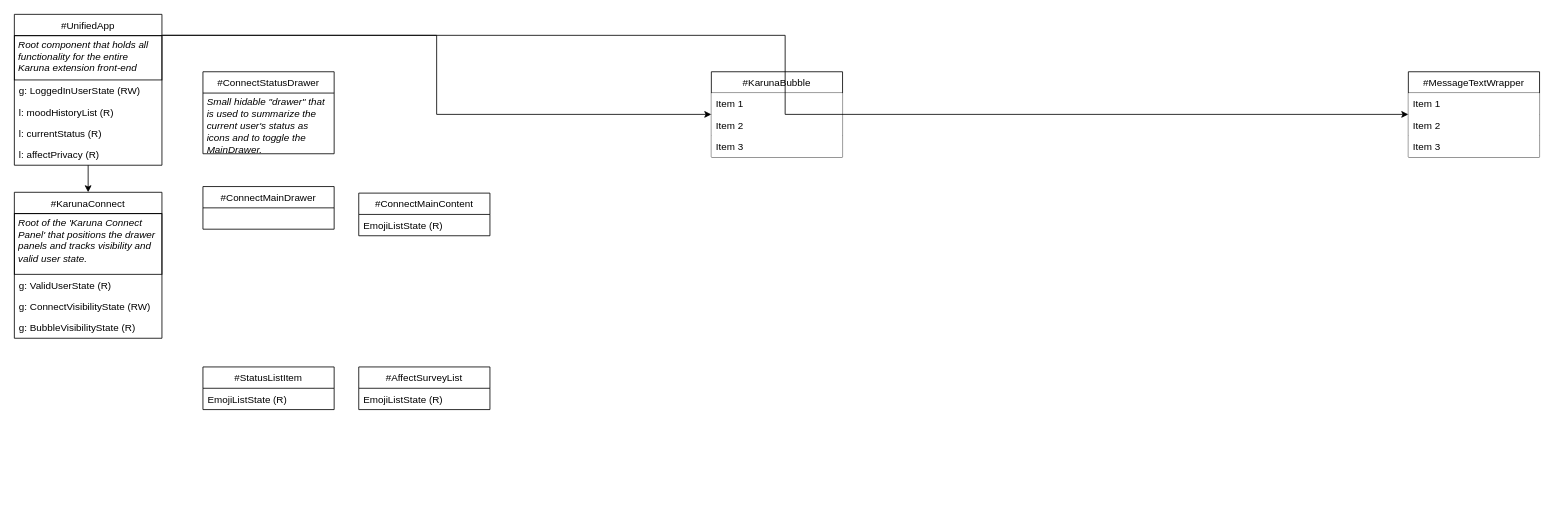
This is EngineeringDiagrams/FrontEndComponents.drawio from UWStout/eec-common, a draw.io file, before an edit. Source tidied: cells renumbered, new cells numbered last; positions are measured from the earlier drawing's top-left corner, leaving out a move shared by most shapes. Both pictures are drawn from the tidied source at 82%, with x=0, y=0 at pixel (14, 14).
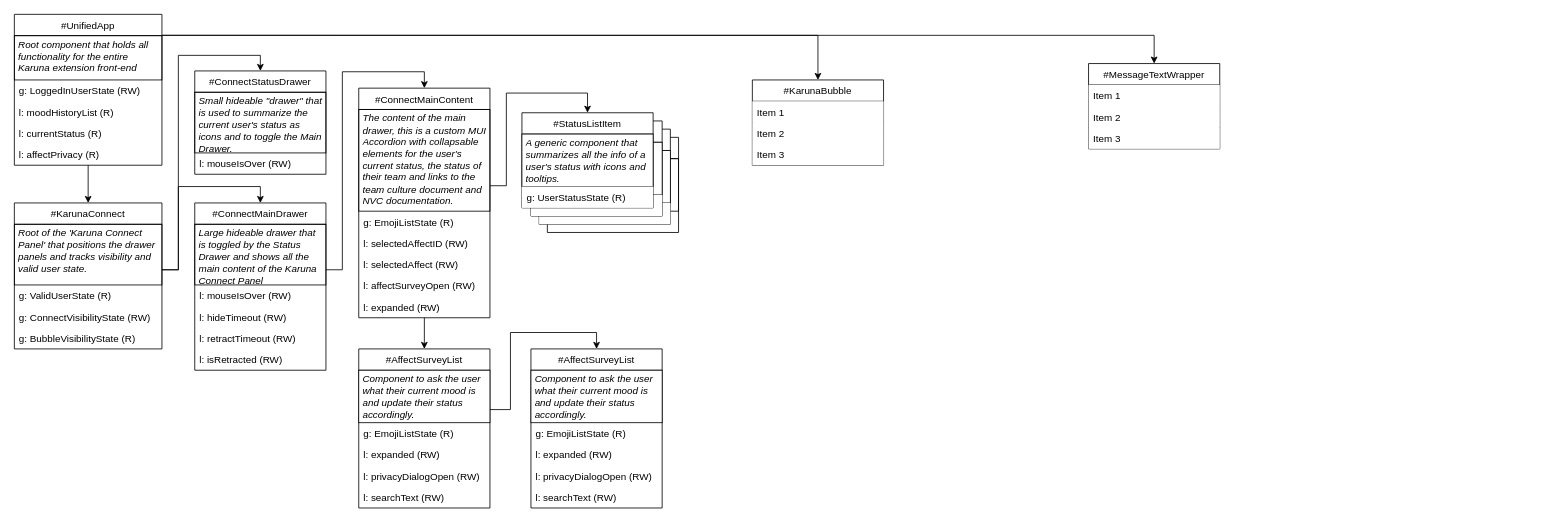
After the change.

Unchanged cells that the change refers to:
```xml
<mxCell id="3" value="#UnifiedApp" style="swimlane;fontStyle=0;horizontal=1;startSize=26;strokeWidth=1;" parent="1" vertex="1">
  <mxGeometry width="180" height="184" as="geometry" />
</mxCell>
<mxCell id="18" value="&lt;br&gt;Root of the 'Karuna Connect Panel' that positions the drawer panels and tracks visibility and valid user state." style="text;html=1;spacing=5;spacingTop=-20;whiteSpace=wrap;overflow=hidden;rounded=0;strokeColor=#000000;fontStyle=2;" parent="17" vertex="1">
  <mxGeometry y="26" width="180" height="74" as="geometry" />
</mxCell>
```

Diff of the diagram source:
```diff
@@
+    <mxCell id="33" style="group;" parent="1" vertex="1">
+      <mxGeometry x="630" y="130" width="180" height="136" as="geometry" />
+    </mxCell>
+    <mxCell id="34" style="swimlane;fontStyle=0;horizontal=1;startSize=26;" parent="33" vertex="1">
+      <mxGeometry x="20" y="20" width="160" height="116" as="geometry" />
+    </mxCell>
+    <mxCell id="35" style="text;html=1;fillColor=none;spacing=5;spacingTop=-20;whiteSpace=wrap;overflow=hidden;rounded=0;fontStyle=2;strokeColor=#000000;" parent="34" vertex="1">
+      <mxGeometry y="26" width="160" height="64" as="geometry" />
+    </mxCell>
+    <mxCell id="36" value=" " style="text;strokeColor=none;fillColor=none;align=left;verticalAlign=top;spacingLeft=4;spacingRight=4;overflow=hidden;" parent="34" vertex="1">
+      <mxGeometry y="90" width="160" height="26" as="geometry" />
+    </mxCell>
+    <mxCell id="37" style="swimlane;fontStyle=0;horizontal=1;startSize=26;" parent="33" vertex="1">
+      <mxGeometry x="10" y="10" width="160" height="116" as="geometry" />
+    </mxCell>
+    <mxCell id="38" style="text;html=1;spacing=5;spacingTop=-20;whiteSpace=wrap;overflow=hidden;rounded=0;fontStyle=2;strokeColor=#000000;fillColor=#ffffff;" parent="37" vertex="1">
+      <mxGeometry y="26" width="160" height="64" as="geometry" />
+    </mxCell>
+    <mxCell id="39" value=" " style="text;strokeColor=none;align=left;verticalAlign=top;spacingLeft=4;spacingRight=4;overflow=hidden;fillColor=#ffffff;" parent="37" vertex="1">
+      <mxGeometry y="90" width="160" height="26" as="geometry" />
+    </mxCell>
+    <mxCell id="40" style="swimlane;fontStyle=0;horizontal=1;startSize=26;" parent="33" vertex="1">
+      <mxGeometry width="160" height="116" as="geometry" />
+    </mxCell>
+    <mxCell id="41" style="text;html=1;spacing=5;spacingTop=-20;whiteSpace=wrap;overflow=hidden;rounded=0;fontStyle=2;strokeColor=#000000;fillColor=#ffffff;" parent="40" vertex="1">
+      <mxGeometry y="26" width="160" height="64" as="geometry" />
+    </mxCell>
+    <mxCell id="42" value=" " style="text;strokeColor=none;align=left;verticalAlign=top;spacingLeft=4;spacingRight=4;overflow=hidden;fillColor=#ffffff;" parent="40" vertex="1">
+      <mxGeometry y="90" width="160" height="26" as="geometry" />
+    </mxCell>
@@
     <mxCell id="9" value="#MessageTextWrapper" style="swimlane;fontStyle=0;horizontal=1;startSize=26;" parent="1" vertex="1">
-      <mxGeometry x="1700" y="70" width="160" height="104" as="geometry" />
+      <mxGeometry x="1310" y="60" width="160" height="104" as="geometry" />
     </mxCell>
@@
     <mxCell id="13" value="#KarunaBubble" style="swimlane;fontStyle=0;horizontal=1;startSize=26;" parent="1" vertex="1">
-      <mxGeometry x="850" y="70" width="160" height="104" as="geometry" />
+      <mxGeometry x="900" y="80" width="160" height="104" as="geometry" />
     </mxCell>
@@
     <mxCell id="17" value="#KarunaConnect" style="swimlane;fontStyle=0;horizontal=1;startSize=26;" parent="1" vertex="1">
-      <mxGeometry y="217" width="180" height="178" as="geometry" />
+      <mxGeometry y="230" width="180" height="178" as="geometry" />
     </mxCell>
@@
-    <mxCell id="22" style="edgeStyle=orthogonalEdgeStyle;rounded=0;jettySize=auto;html=1;exitX=1.003;exitY=0.139;exitDx=0;exitDy=0;exitPerimeter=0;" parent="1" edge="1" source="3" target="9">
+    <mxCell id="22" style="edgeStyle=orthogonalEdgeStyle;rounded=0;jettySize=auto;html=1;exitX=1.003;exitY=0.139;exitDx=0;exitDy=0;exitPerimeter=0;entryX=0.5;entryY=0;entryDx=0;entryDy=0;" parent="1" edge="1" source="3" target="9">
       <mxGeometry relative="1" as="geometry" />
     </mxCell>
-    <mxCell id="23" style="edgeStyle=orthogonalEdgeStyle;rounded=0;jettySize=auto;html=1;exitX=0.998;exitY=0.139;exitDx=0;exitDy=0;exitPerimeter=0;" parent="1" edge="1" source="3" target="13">
+    <mxCell id="23" style="edgeStyle=orthogonalEdgeStyle;rounded=0;jettySize=auto;html=1;exitX=0.998;exitY=0.139;exitDx=0;exitDy=0;exitPerimeter=0;entryX=0.5;entryY=0;entryDx=0;entryDy=0;" parent="1" edge="1" source="3" target="13">
       <mxGeometry relative="1" as="geometry" />
     </mxCell>
     <mxCell id="24" value="#ConnectStatusDrawer" style="swimlane;fontStyle=0;horizontal=1;startSize=26;" parent="1" vertex="1">
-      <mxGeometry x="230" y="70" width="160" height="100" as="geometry" />
+      <mxGeometry x="220" y="69" width="160" height="126" as="geometry" />
     </mxCell>
-    <mxCell id="25" value="&lt;br&gt;Small hidable &quot;drawer&quot; that is used to summarize the current user's status as icons and to toggle the MainDrawer." style="text;html=1;strokeColor=none;fillColor=none;spacing=5;spacingTop=-20;whiteSpace=wrap;overflow=hidden;rounded=0;fontStyle=2;" parent="24" vertex="1">
+    <mxCell id="25" value="&lt;br&gt;Small hideable &quot;drawer&quot; that is used to summarize the current user's status as icons and to toggle the Main Drawer." style="text;html=1;fillColor=none;spacing=5;spacingTop=-20;whiteSpace=wrap;overflow=hidden;rounded=0;fontStyle=2;strokeColor=#000000;" parent="24" vertex="1">
       <mxGeometry y="26" width="160" height="74" as="geometry" />
     </mxCell>
+    <mxCell id="43" value="l: mouseIsOver (RW)" style="text;strokeColor=none;fillColor=none;align=left;verticalAlign=top;spacingLeft=4;spacingRight=4;overflow=hidden;" parent="24" vertex="1">
+      <mxGeometry y="100" width="160" height="26" as="geometry" />
+    </mxCell>
+    <mxCell id="44" style="edgeStyle=orthogonalEdgeStyle;rounded=0;jettySize=auto;html=1;exitX=1;exitY=0.75;exitDx=0;exitDy=0;entryX=0.5;entryY=0;entryDx=0;entryDy=0;" parent="1" edge="1" source="45" target="27">
+      <mxGeometry relative="1" as="geometry">
+        <Array as="points">
+          <mxPoint x="400" y="312" />
+          <mxPoint x="400" y="70" />
+          <mxPoint x="500" y="70" />
+        </Array>
+      </mxGeometry>
+    </mxCell>
     <mxCell id="26" value="#ConnectMainDrawer" style="swimlane;fontStyle=0;horizontal=1;startSize=26;" parent="1" vertex="1">
-      <mxGeometry x="230" y="210" width="160" height="52" as="geometry" />
+      <mxGeometry x="220" y="230" width="160" height="204" as="geometry" />
     </mxCell>
+    <mxCell id="45" value="&lt;br&gt;Large hideable drawer that is toggled by the Status Drawer and shows all the main content of the Karuna Connect Panel" style="text;html=1;fillColor=none;spacing=5;spacingTop=-20;whiteSpace=wrap;overflow=hidden;rounded=0;fontStyle=2;strokeColor=#000000;" parent="26" vertex="1">
+      <mxGeometry y="26" width="160" height="74" as="geometry" />
+    </mxCell>
+    <mxCell id="46" value="l: mouseIsOver (RW)" style="text;strokeColor=none;fillColor=none;align=left;verticalAlign=top;spacingLeft=4;spacingRight=4;overflow=hidden;" parent="26" vertex="1">
+      <mxGeometry y="100" width="160" height="26" as="geometry" />
+    </mxCell>
+    <mxCell id="47" value="l: hideTimeout (RW)" style="text;strokeColor=none;fillColor=none;align=left;verticalAlign=top;spacingLeft=4;spacingRight=4;overflow=hidden;" parent="26" vertex="1">
+      <mxGeometry y="126" width="160" height="26" as="geometry" />
+    </mxCell>
+    <mxCell id="48" value="l: retractTimeout (RW)" style="text;strokeColor=none;fillColor=none;align=left;verticalAlign=top;spacingLeft=4;spacingRight=4;overflow=hidden;" parent="26" vertex="1">
+      <mxGeometry y="152" width="160" height="26" as="geometry" />
+    </mxCell>
+    <mxCell id="49" value="l: isRetracted (RW)" style="text;strokeColor=none;fillColor=none;align=left;verticalAlign=top;spacingLeft=4;spacingRight=4;overflow=hidden;" parent="26" vertex="1">
+      <mxGeometry y="178" width="160" height="26" as="geometry" />
+    </mxCell>
+    <mxCell id="50" style="edgeStyle=orthogonalEdgeStyle;rounded=0;jettySize=auto;html=1;exitX=0.5;exitY=1;exitDx=0;exitDy=0;entryX=0.5;entryY=0;entryDx=0;entryDy=0;" parent="1" edge="1" source="27" target="31">
+      <mxGeometry relative="1" as="geometry" />
+    </mxCell>
     <mxCell id="27" value="#ConnectMainContent" style="swimlane;fontStyle=0;horizontal=1;startSize=26;" parent="1" vertex="1">
-      <mxGeometry x="420" y="218" width="160" height="52" as="geometry" />
+      <mxGeometry x="420" y="90" width="160" height="280" as="geometry" />
     </mxCell>
+    <mxCell id="51" value="&lt;br&gt;The content of the main drawer, this is a custom MUI Accordion with collapsable elements for the user's current status, the status of their team and links to the team culture document and NVC documentation." style="text;html=1;fillColor=none;spacing=5;spacingTop=-20;whiteSpace=wrap;overflow=hidden;rounded=0;fontStyle=2;strokeColor=#000000;" parent="27" vertex="1">
+      <mxGeometry y="26" width="160" height="124" as="geometry" />
+    </mxCell>
-    <mxCell id="28" value="EmojiListState (R)" style="text;strokeColor=none;fillColor=none;align=left;verticalAlign=top;spacingLeft=4;spacingRight=4;overflow=hidden;" parent="27" vertex="1">
-      <mxGeometry y="26" width="160" height="26" as="geometry" />
+    <mxCell id="28" value="g: EmojiListState (R)" style="text;strokeColor=none;fillColor=none;align=left;verticalAlign=top;spacingLeft=4;spacingRight=4;overflow=hidden;" parent="27" vertex="1">
+      <mxGeometry y="150" width="160" height="26" as="geometry" />
     </mxCell>
+    <mxCell id="52" value="l: selectedAffectID (RW)" style="text;strokeColor=none;fillColor=none;align=left;verticalAlign=top;spacingLeft=4;spacingRight=4;overflow=hidden;" parent="27" vertex="1">
+      <mxGeometry y="176" width="160" height="26" as="geometry" />
+    </mxCell>
+    <mxCell id="53" value="l: selectedAffect (RW)" style="text;strokeColor=none;fillColor=none;align=left;verticalAlign=top;spacingLeft=4;spacingRight=4;overflow=hidden;" parent="27" vertex="1">
+      <mxGeometry y="202" width="160" height="26" as="geometry" />
+    </mxCell>
+    <mxCell id="54" value="l: affectSurveyOpen (RW)" style="text;strokeColor=none;fillColor=none;align=left;verticalAlign=top;spacingLeft=4;spacingRight=4;overflow=hidden;" parent="27" vertex="1">
+      <mxGeometry y="228" width="160" height="26" as="geometry" />
+    </mxCell>
+    <mxCell id="55" value="l: expanded (RW)" style="text;strokeColor=none;fillColor=none;align=left;verticalAlign=top;spacingLeft=4;spacingRight=4;overflow=hidden;" parent="27" vertex="1">
+      <mxGeometry y="254" width="160" height="26" as="geometry" />
+    </mxCell>
     <mxCell id="29" value="#StatusListItem" style="swimlane;fontStyle=0;horizontal=1;startSize=26;" parent="1" vertex="1">
-      <mxGeometry x="230" y="430" width="160" height="52" as="geometry" />
+      <mxGeometry x="619" y="120" width="160" height="116" as="geometry" />
     </mxCell>
+    <mxCell id="56" value="&lt;br&gt;A generic component that summarizes all the info of a user's status with icons and tooltips." style="text;html=1;spacing=5;spacingTop=-20;whiteSpace=wrap;overflow=hidden;rounded=0;fontStyle=2;strokeColor=#000000;fillColor=#ffffff;" parent="29" vertex="1">
+      <mxGeometry y="26" width="160" height="64" as="geometry" />
+    </mxCell>
-    <mxCell id="30" value="EmojiListState (R)" style="text;strokeColor=none;fillColor=none;align=left;verticalAlign=top;spacingLeft=4;spacingRight=4;overflow=hidden;" parent="29" vertex="1">
-      <mxGeometry y="26" width="160" height="26" as="geometry" />
+    <mxCell id="30" value="g: UserStatusState (R)" style="text;strokeColor=none;align=left;verticalAlign=top;spacingLeft=4;spacingRight=4;overflow=hidden;fillColor=#ffffff;" parent="29" vertex="1">
+      <mxGeometry y="90" width="160" height="26" as="geometry" />
     </mxCell>
     <mxCell id="31" value="#AffectSurveyList" style="swimlane;fontStyle=0;horizontal=1;startSize=26;" parent="1" vertex="1">
-      <mxGeometry x="420" y="430" width="160" height="52" as="geometry" />
+      <mxGeometry x="420" y="408" width="160" height="194" as="geometry" />
     </mxCell>
+    <mxCell id="57" value="&lt;br&gt;Component to ask the user what their current mood is and update their status accordingly.&amp;nbsp;" style="text;html=1;spacing=5;spacingTop=-20;whiteSpace=wrap;overflow=hidden;rounded=0;fontStyle=2;strokeColor=#000000;fillColor=#ffffff;" parent="31" vertex="1">
+      <mxGeometry y="26" width="160" height="64" as="geometry" />
+    </mxCell>
-    <mxCell id="32" value="EmojiListState (R)" style="text;strokeColor=none;fillColor=none;align=left;verticalAlign=top;spacingLeft=4;spacingRight=4;overflow=hidden;" parent="31" vertex="1">
-      <mxGeometry y="26" width="160" height="26" as="geometry" />
+    <mxCell id="32" value="g: EmojiListState (R)" style="text;strokeColor=none;fillColor=none;align=left;verticalAlign=top;spacingLeft=4;spacingRight=4;overflow=hidden;" parent="31" vertex="1">
+      <mxGeometry y="90" width="160" height="26" as="geometry" />
     </mxCell>
+    <mxCell id="58" value="l: expanded (RW)" style="text;strokeColor=none;fillColor=none;align=left;verticalAlign=top;spacingLeft=4;spacingRight=4;overflow=hidden;" parent="31" vertex="1">
+      <mxGeometry y="116" width="160" height="26" as="geometry" />
+    </mxCell>
+    <mxCell id="59" value="l: privacyDialogOpen (RW)" style="text;strokeColor=none;fillColor=none;align=left;verticalAlign=top;spacingLeft=4;spacingRight=4;overflow=hidden;" parent="31" vertex="1">
+      <mxGeometry y="142" width="160" height="26" as="geometry" />
+    </mxCell>
+    <mxCell id="60" value="l: searchText (RW)" style="text;strokeColor=none;fillColor=none;align=left;verticalAlign=top;spacingLeft=4;spacingRight=4;overflow=hidden;" parent="31" vertex="1">
+      <mxGeometry y="168" width="160" height="26" as="geometry" />
+    </mxCell>
+    <mxCell id="61" style="edgeStyle=orthogonalEdgeStyle;rounded=0;jettySize=auto;html=1;exitX=1;exitY=0.75;exitDx=0;exitDy=0;entryX=0.5;entryY=0;entryDx=0;entryDy=0;" parent="1" edge="1" source="18" target="24">
+      <mxGeometry relative="1" as="geometry">
+        <Array as="points">
+          <mxPoint x="200" y="312" />
+          <mxPoint x="200" y="50" />
+          <mxPoint x="300" y="50" />
+        </Array>
+      </mxGeometry>
+    </mxCell>
+    <mxCell id="62" style="edgeStyle=orthogonalEdgeStyle;rounded=0;jettySize=auto;html=1;exitX=1;exitY=0.75;exitDx=0;exitDy=0;entryX=0.5;entryY=0;entryDx=0;entryDy=0;" parent="1" edge="1" source="18" target="26">
+      <mxGeometry relative="1" as="geometry">
+        <Array as="points">
+          <mxPoint x="200" y="312" />
+          <mxPoint x="200" y="210" />
+          <mxPoint x="300" y="210" />
+        </Array>
+      </mxGeometry>
+    </mxCell>
+    <mxCell id="63" style="edgeStyle=orthogonalEdgeStyle;rounded=0;jettySize=auto;html=1;exitX=1;exitY=0.75;exitDx=0;exitDy=0;entryX=0.5;entryY=0;entryDx=0;entryDy=0;" parent="1" edge="1" source="51" target="29">
+      <mxGeometry relative="1" as="geometry" />
+    </mxCell>
+    <mxCell id="64" value="#AffectSurveyList" style="swimlane;fontStyle=0;horizontal=1;startSize=26;" parent="1" vertex="1">
+      <mxGeometry x="630" y="408" width="160" height="194" as="geometry" />
+    </mxCell>
+    <mxCell id="65" value="&lt;br&gt;Component to ask the user what their current mood is and update their status accordingly.&amp;nbsp;" style="text;html=1;spacing=5;spacingTop=-20;whiteSpace=wrap;overflow=hidden;rounded=0;fontStyle=2;strokeColor=#000000;fillColor=#ffffff;" parent="64" vertex="1">
+      <mxGeometry y="26" width="160" height="64" as="geometry" />
+    </mxCell>
+    <mxCell id="66" value="g: EmojiListState (R)" style="text;strokeColor=none;fillColor=none;align=left;verticalAlign=top;spacingLeft=4;spacingRight=4;overflow=hidden;" parent="64" vertex="1">
+      <mxGeometry y="90" width="160" height="26" as="geometry" />
+    </mxCell>
+    <mxCell id="67" value="l: expanded (RW)" style="text;strokeColor=none;fillColor=none;align=left;verticalAlign=top;spacingLeft=4;spacingRight=4;overflow=hidden;" parent="64" vertex="1">
+      <mxGeometry y="116" width="160" height="26" as="geometry" />
+    </mxCell>
+    <mxCell id="68" value="l: privacyDialogOpen (RW)" style="text;strokeColor=none;fillColor=none;align=left;verticalAlign=top;spacingLeft=4;spacingRight=4;overflow=hidden;" parent="64" vertex="1">
+      <mxGeometry y="142" width="160" height="26" as="geometry" />
+    </mxCell>
+    <mxCell id="69" value="l: searchText (RW)" style="text;strokeColor=none;fillColor=none;align=left;verticalAlign=top;spacingLeft=4;spacingRight=4;overflow=hidden;" parent="64" vertex="1">
+      <mxGeometry y="168" width="160" height="26" as="geometry" />
+    </mxCell>
+    <mxCell id="70" style="edgeStyle=orthogonalEdgeStyle;rounded=0;jettySize=auto;html=1;exitX=1;exitY=0.75;exitDx=0;exitDy=0;entryX=0.5;entryY=0;entryDx=0;entryDy=0;" parent="1" edge="1" source="57" target="64">
+      <mxGeometry relative="1" as="geometry" />
+    </mxCell>
```
